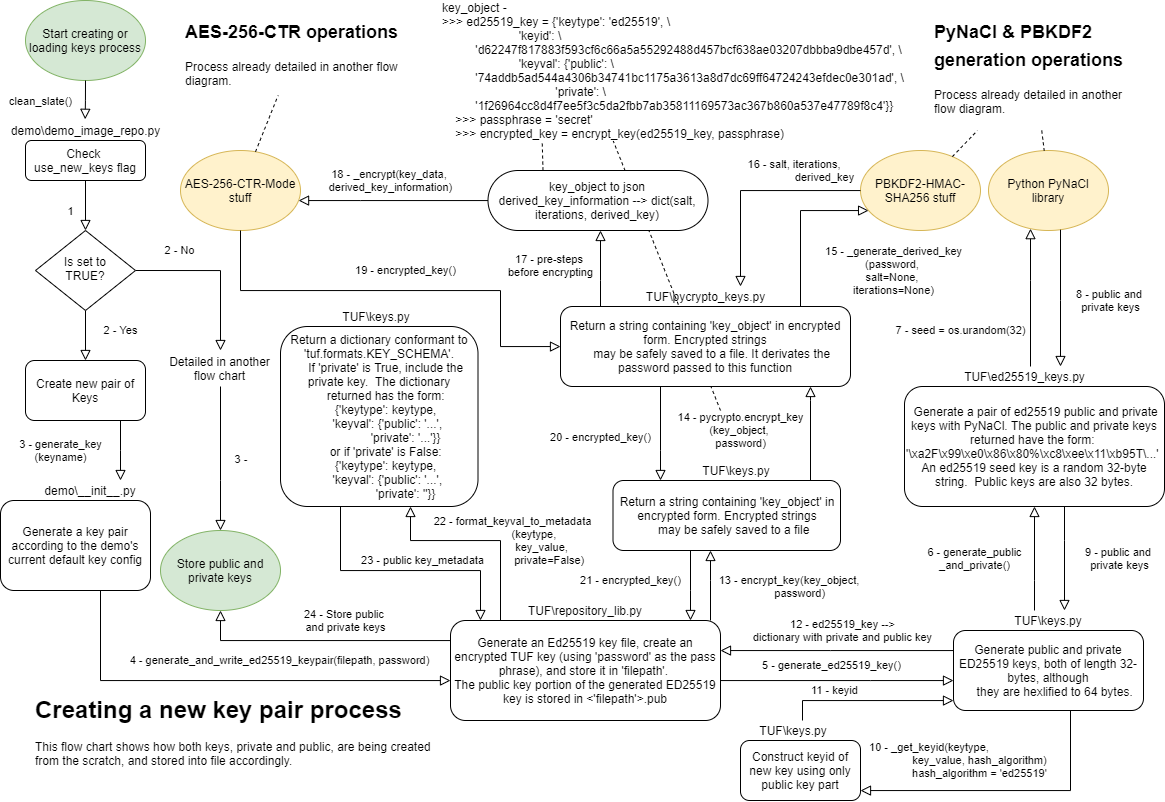
This is logs/diagrams/create_key_pair-create_key_pair.png from Joan95/TFM, a draw.io export, as it was before one commit. Source tidied: cells renumbered, new cells last; positions are measured from the earlier drawing's top-left corner, leaving out a move shared by most shapes.
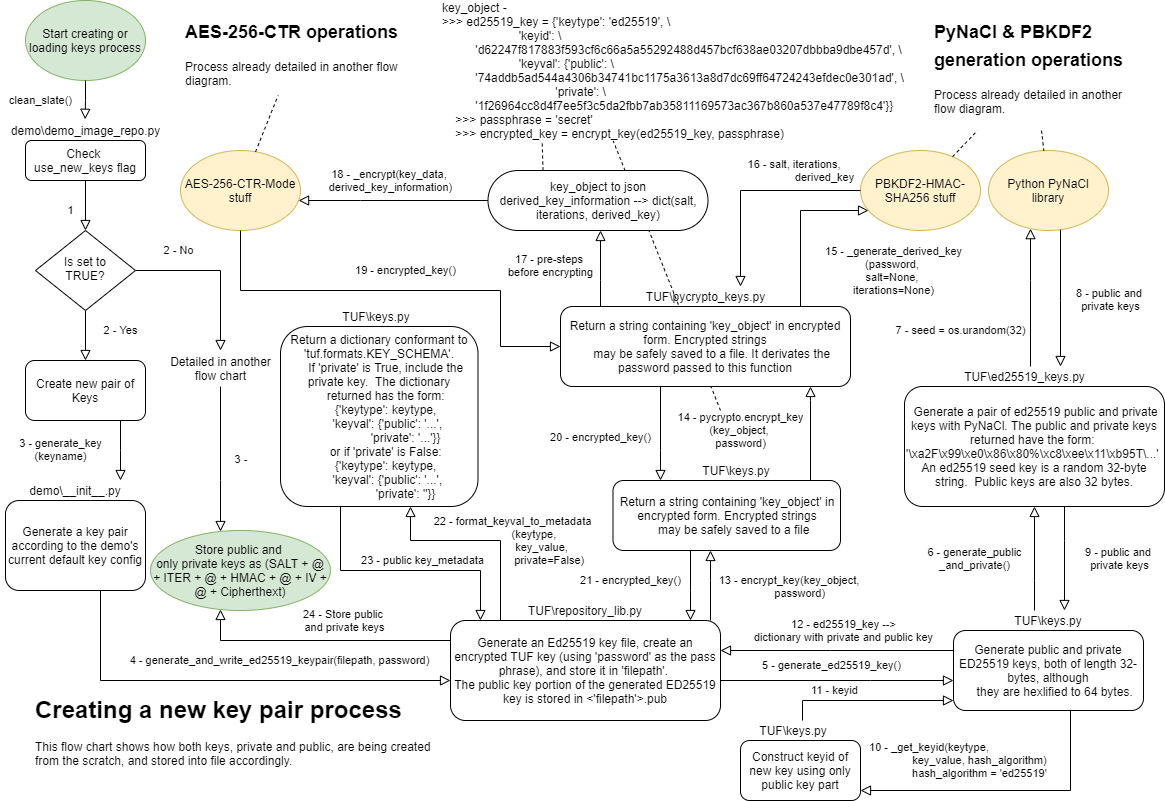
Above is the later version.

The edit, as a diff of the source:
```diff
@@ -40,8 +40,8 @@
         </Array>
       </mxGeometry>
     </mxCell>
-    <mxCell id="11" value="Store public and private keys" style="ellipse;whiteSpace=wrap;html=1;fillColor=#d5e8d4;strokeColor=#82b366;" parent="1" vertex="1">
-      <mxGeometry x="160" y="530" width="120" height="80" as="geometry" />
+    <mxCell id="11" value="Store public and &lt;br&gt;only private keys as (SALT + @ + ITER + @ + HMAC + @ + IV + @ + Cipherthext)" style="ellipse;whiteSpace=wrap;html=1;fillColor=#d5e8d4;strokeColor=#82b366;" parent="1" vertex="1">
+      <mxGeometry x="150" y="530" width="180" height="80" as="geometry" />
     </mxCell>
     <mxCell id="12" value="&lt;h1&gt;Creating a new key pair process&lt;/h1&gt;&lt;p&gt;This flow chart shows how both keys, private and public, are being created from the scratch, and stored into file accordingly.&lt;/p&gt;" style="text;html=1;strokeColor=none;fillColor=none;spacing=5;spacingTop=-20;whiteSpace=wrap;overflow=hidden;rounded=0;" parent="1" vertex="1">
       <mxGeometry x="30" y="690" width="410" height="100" as="geometry" />
@@ -53,10 +53,10 @@
       <mxGeometry x="25" y="360" width="120" height="60" as="geometry" />
     </mxCell>
     <mxCell id="15" value="Generate a key pair according to the demo's current default key config" style="rounded=1;whiteSpace=wrap;html=1;" parent="1" vertex="1">
-      <mxGeometry y="500" width="150" height="90" as="geometry" />
+      <mxGeometry x="5" y="500" width="140" height="90" as="geometry" />
     </mxCell>
     <mxCell id="16" value="demo\__init__.py" style="text;html=1;strokeColor=none;fillColor=none;align=center;verticalAlign=middle;whiteSpace=wrap;rounded=0;" parent="1" vertex="1">
-      <mxGeometry x="40" y="480" width="100" height="20" as="geometry" />
+      <mxGeometry x="25" y="480" width="100" height="20" as="geometry" />
     </mxCell>
     <mxCell id="17" value="3 - generate_key&lt;br&gt;(keyname)" style="edgeStyle=orthogonalEdgeStyle;rounded=0;html=1;jettySize=auto;fontSize=11;endArrow=block;endFill=0;endSize=8;strokeWidth=1;shadow=0;labelBackgroundColor=none;" parent="1" edge="1" source="14" target="16">
       <mxGeometry y="-60" relative="1" as="geometry">
```
